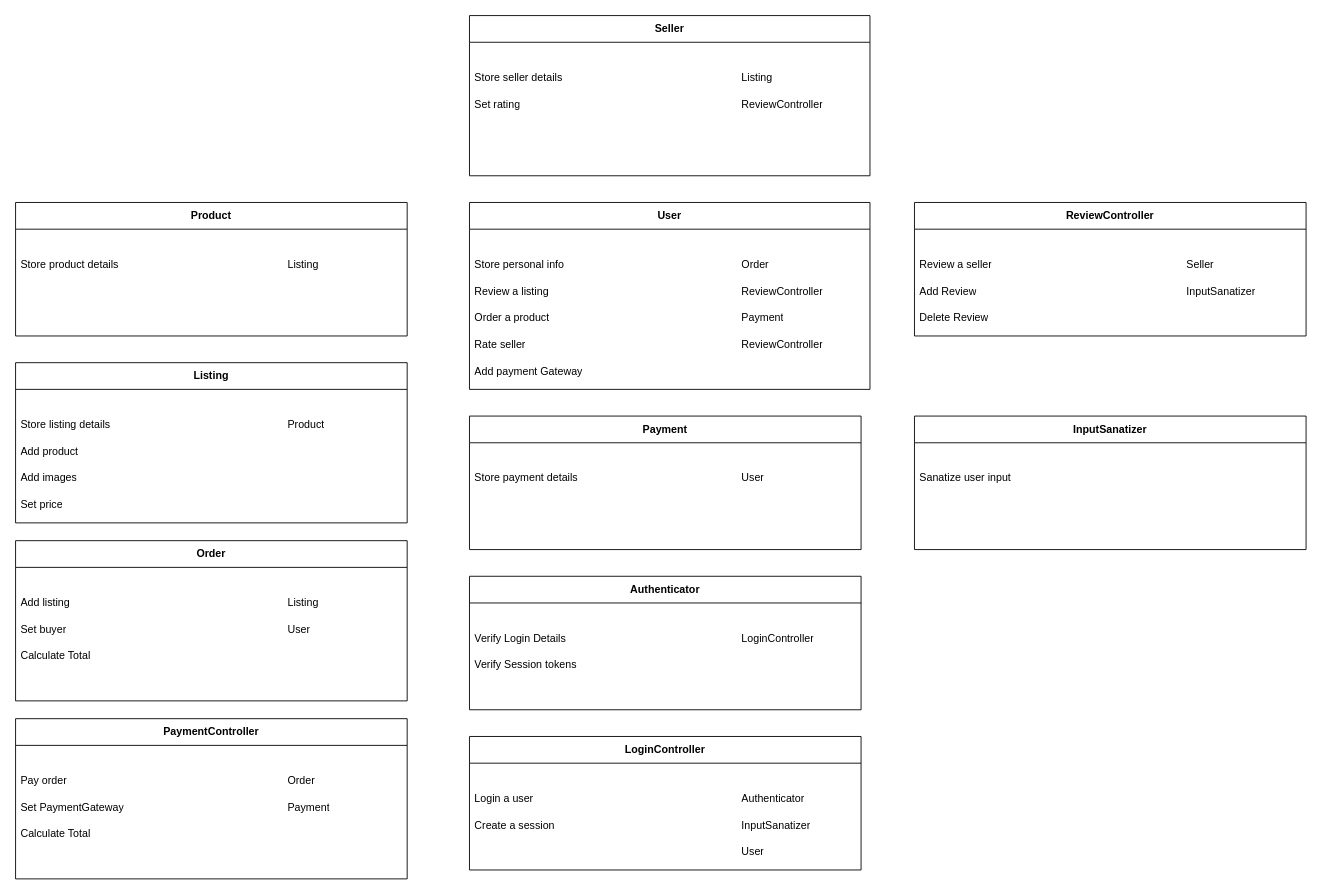
Above: diagrams/CRC_Cards.drawio in GrantODP/ITECA3-project (draw.io), before the change. Source tidied: cells renumbered, new cells numbered last; positions are measured from the earlier drawing's top-left corner, leaving out a move shared by most shapes. Both pictures are drawn from the tidied source at 89%, with x=0, y=0 at pixel (15, 15).
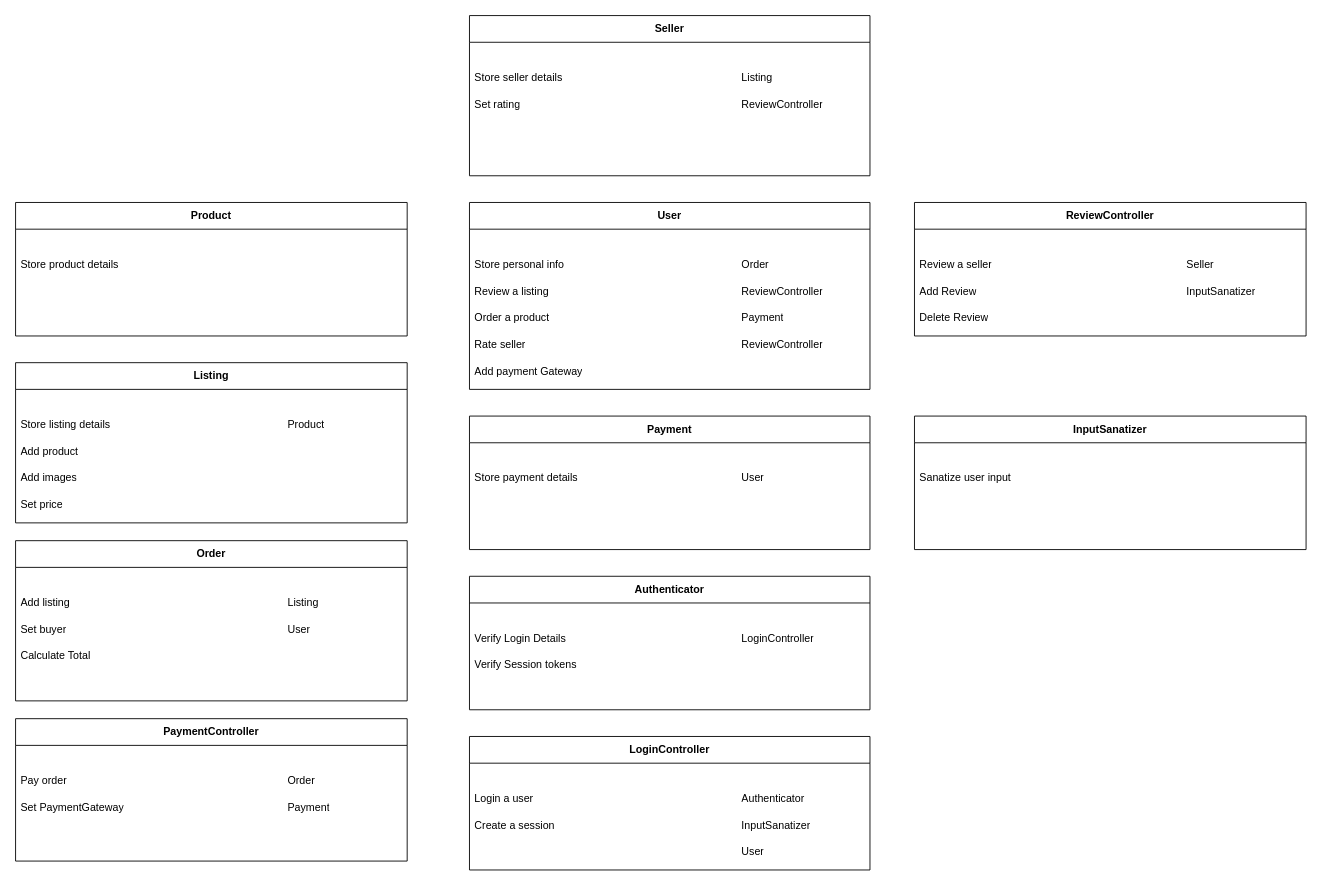
The same page after the edit.

The change refers to these unchanged cells:
```xml
<mxCell id="31" style="swimlane;fontStyle=0;horizontal=1;startSize=26;align=center;fontSize=14;opacity=0;" parent="28" vertex="1">
  <mxGeometry x="300" y="30" width="140" height="56" as="geometry" />
</mxCell>
```

The edit, as a diff of the source:
```diff
@@
     <mxCell id="14" value="Authenticator" style="swimlane;whiteSpace=wrap;html=1;startSize=30;" parent="1" vertex="1">
-      <mxGeometry x="510" y="630" width="440" height="150" as="geometry" />
+      <mxGeometry x="510" y="630" width="450" height="150" as="geometry" />
     </mxCell>
@@
     <mxCell id="20" value="LoginController" style="swimlane;whiteSpace=wrap;html=1;startSize=30;" parent="1" vertex="1">
-      <mxGeometry x="510" y="810" width="440" height="150" as="geometry" />
+      <mxGeometry x="510" y="810" width="450" height="150" as="geometry" />
     </mxCell>
@@
-    <mxCell id="32" value="Listing" style="text;strokeColor=none;fillColor=none;spacingLeft=4;spacingRight=4;overflow=hidden;fontSize=12;whiteSpace=wrap;html=1;" parent="31" vertex="1">
-      <mxGeometry y="26" width="140" height="30" as="geometry" />
-    </mxCell>
@@
     <mxCell id="49" value="PaymentController" style="swimlane;whiteSpace=wrap;html=1;startSize=30;" parent="1" vertex="1">
-      <mxGeometry y="790" width="440" height="180" as="geometry" />
+      <mxGeometry y="790" width="440" height="160" as="geometry" />
     </mxCell>
     <mxCell id="50" style="swimlane;fontStyle=0;horizontal=1;startSize=26;align=center;fontSize=14;opacity=0;" parent="49" vertex="1">
-      <mxGeometry y="30" width="300" height="116" as="geometry" />
+      <mxGeometry y="30" width="300" height="86" as="geometry" />
     </mxCell>
@@
-    <mxCell id="53" value="Calculate Total" style="text;strokeColor=none;fillColor=none;spacingLeft=4;spacingRight=4;overflow=hidden;fontSize=12;whiteSpace=wrap;html=1;" parent="50" vertex="1">
-      <mxGeometry y="86" width="300" height="30" as="geometry" />
-    </mxCell>
@@
     <mxCell id="57" value="Payment" style="swimlane;whiteSpace=wrap;html=1;startSize=30;" parent="1" vertex="1">
-      <mxGeometry x="510" y="450" width="440" height="150" as="geometry" />
+      <mxGeometry x="510" y="450" width="450" height="150" as="geometry" />
     </mxCell>
```
